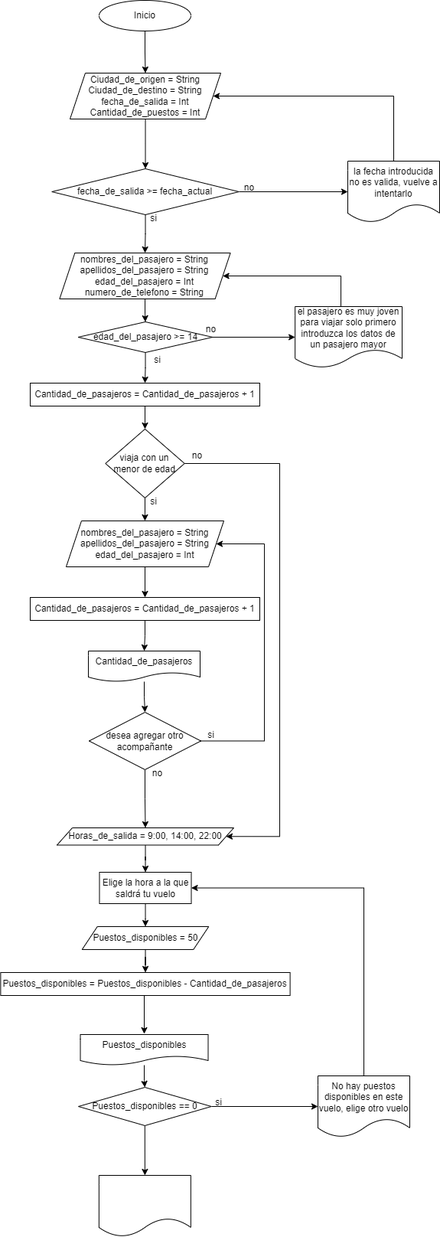
dasamepu/Flujo-de-funciones-para-encapsular-algoritmos keeps this draw.io diagram as Venta de tiquetes.png. Above is the earlier version. Source tidied: cells renumbered, new cells last; positions are measured from the earlier drawing's top-left corner, leaving out a move shared by most shapes. The source it was exported from:
```xml
<mxGraphModel>
  <root>
    <mxCell id="0" />
    <mxCell id="1" parent="0" />
    <mxCell id="2" style="edgeStyle=orthogonalEdgeStyle;rounded=0;jettySize=auto;html=1;" parent="1" edge="1" source="3" target="5">
      <mxGeometry relative="1" as="geometry" />
    </mxCell>
    <mxCell id="3" value="Inicio" style="ellipse;whiteSpace=wrap;html=1;" parent="1" vertex="1">
      <mxGeometry x="129" width="120" height="40" as="geometry" />
    </mxCell>
    <mxCell id="4" style="edgeStyle=orthogonalEdgeStyle;rounded=0;jettySize=auto;html=1;" parent="1" edge="1" source="5" target="8">
      <mxGeometry relative="1" as="geometry" />
    </mxCell>
    <mxCell id="5" value="Ciudad_de_origen = String&lt;br&gt;Ciudad_de_destino = String&lt;br&gt;fecha_de_salida = Int&lt;br&gt;Cantidad_de_puestos = Int" style="shape=parallelogram;perimeter=parallelogramPerimeter;whiteSpace=wrap;html=1;fixedSize=1;" parent="1" vertex="1">
      <mxGeometry x="91" y="95" width="197" height="60" as="geometry" />
    </mxCell>
    <mxCell id="6" style="edgeStyle=orthogonalEdgeStyle;rounded=0;jettySize=auto;html=1;" parent="1" edge="1" source="8" target="10">
      <mxGeometry relative="1" as="geometry" />
    </mxCell>
    <mxCell id="7" style="edgeStyle=orthogonalEdgeStyle;rounded=0;jettySize=auto;html=1;" parent="1" edge="1" source="8" target="14">
      <mxGeometry relative="1" as="geometry" />
    </mxCell>
    <mxCell id="8" value="fecha_de_salida &amp;gt;= fecha_actual" style="rhombus;whiteSpace=wrap;html=1;" parent="1" vertex="1">
      <mxGeometry x="67.2" y="220" width="244.5" height="60" as="geometry" />
    </mxCell>
    <mxCell id="9" style="edgeStyle=orthogonalEdgeStyle;rounded=0;jettySize=auto;html=1;entryX=1;entryY=0.5;entryDx=0;entryDy=0;" parent="1" edge="1" source="10" target="5">
      <mxGeometry relative="1" as="geometry">
        <Array as="points">
          <mxPoint x="514" y="125" />
        </Array>
      </mxGeometry>
    </mxCell>
    <mxCell id="10" value="la fecha introducida no es valida, vuelve a intentarlo" style="shape=document;whiteSpace=wrap;html=1;boundedLbl=1;" parent="1" vertex="1">
      <mxGeometry x="454" y="210" width="120" height="80" as="geometry" />
    </mxCell>
    <mxCell id="11" value="no" style="text;html=1;align=center;verticalAlign=middle;strokeColor=none;fillColor=none;" parent="1" vertex="1">
      <mxGeometry x="305" y="230" width="40" height="30" as="geometry" />
    </mxCell>
    <mxCell id="12" value="si" style="text;html=1;align=center;verticalAlign=middle;strokeColor=none;fillColor=none;" parent="1" vertex="1">
      <mxGeometry x="185" y="270" width="30" height="30" as="geometry" />
    </mxCell>
    <mxCell id="13" style="edgeStyle=orthogonalEdgeStyle;rounded=0;jettySize=auto;html=1;" parent="1" edge="1" source="14" target="17">
      <mxGeometry relative="1" as="geometry" />
    </mxCell>
    <mxCell id="14" value="nombres_del_pasajero = String&lt;br&gt;apellidos_del_pasajero = String&lt;br&gt;edad_del_pasajero = Int&lt;br&gt;numero_de_telefono = String" style="shape=parallelogram;perimeter=parallelogramPerimeter;whiteSpace=wrap;html=1;fixedSize=1;" parent="1" vertex="1">
      <mxGeometry x="77.4" y="330" width="223.2" height="60" as="geometry" />
    </mxCell>
    <mxCell id="15" style="edgeStyle=orthogonalEdgeStyle;rounded=0;jettySize=auto;html=1;" parent="1" edge="1" source="17" target="19">
      <mxGeometry relative="1" as="geometry" />
    </mxCell>
    <mxCell id="16" style="edgeStyle=orthogonalEdgeStyle;rounded=0;jettySize=auto;html=1;entryX=0.5;entryY=0;entryDx=0;entryDy=0;" parent="1" edge="1" source="17" target="32">
      <mxGeometry relative="1" as="geometry" />
    </mxCell>
    <mxCell id="17" value="edad_del_pasajero &amp;gt;= 14" style="rhombus;whiteSpace=wrap;html=1;" parent="1" vertex="1">
      <mxGeometry x="101.7" y="420" width="175.6" height="40" as="geometry" />
    </mxCell>
    <mxCell id="18" style="edgeStyle=orthogonalEdgeStyle;rounded=0;jettySize=auto;html=1;entryX=1;entryY=0.5;entryDx=0;entryDy=0;" parent="1" edge="1" source="19" target="14">
      <mxGeometry relative="1" as="geometry">
        <Array as="points">
          <mxPoint x="445" y="360" />
        </Array>
      </mxGeometry>
    </mxCell>
    <mxCell id="19" value="el pasajero es muy joven para viajar solo primero introduzca los datos de un pasajero mayor" style="shape=document;whiteSpace=wrap;html=1;boundedLbl=1;" parent="1" vertex="1">
      <mxGeometry x="385.1" y="400" width="139.9" height="80" as="geometry" />
    </mxCell>
    <mxCell id="20" value="no" style="text;html=1;align=center;verticalAlign=middle;strokeColor=none;fillColor=none;" parent="1" vertex="1">
      <mxGeometry x="255" y="415" width="40" height="30" as="geometry" />
    </mxCell>
    <mxCell id="21" style="edgeStyle=orthogonalEdgeStyle;rounded=0;jettySize=auto;html=1;" parent="1" edge="1" source="23" target="26">
      <mxGeometry relative="1" as="geometry" />
    </mxCell>
    <mxCell id="22" style="edgeStyle=orthogonalEdgeStyle;rounded=0;jettySize=auto;html=1;entryX=1;entryY=0.5;entryDx=0;entryDy=0;" parent="1" edge="1" source="23" target="39">
      <mxGeometry relative="1" as="geometry">
        <Array as="points">
          <mxPoint x="365" y="605" />
          <mxPoint x="365" y="1093" />
        </Array>
      </mxGeometry>
    </mxCell>
    <mxCell id="23" value="viaja con un menor de edad" style="rhombus;whiteSpace=wrap;html=1;" parent="1" vertex="1">
      <mxGeometry x="137.3" y="560" width="103.3" height="90" as="geometry" />
    </mxCell>
    <mxCell id="24" value="si" style="text;html=1;align=center;verticalAlign=middle;strokeColor=none;fillColor=none;" parent="1" vertex="1">
      <mxGeometry x="190" y="455" width="30" height="30" as="geometry" />
    </mxCell>
    <mxCell id="25" style="edgeStyle=orthogonalEdgeStyle;rounded=0;jettySize=auto;html=1;entryX=0.5;entryY=0;entryDx=0;entryDy=0;" parent="1" edge="1" source="26" target="30">
      <mxGeometry relative="1" as="geometry" />
    </mxCell>
    <mxCell id="26" value="nombres_del_pasajero = String&lt;br&gt;apellidos_del_pasajero = String&lt;br&gt;edad_del_pasajero = Int" style="shape=parallelogram;perimeter=parallelogramPerimeter;whiteSpace=wrap;html=1;fixedSize=1;" parent="1" vertex="1">
      <mxGeometry x="86" y="680" width="206" height="60" as="geometry" />
    </mxCell>
    <mxCell id="27" style="edgeStyle=orthogonalEdgeStyle;rounded=0;jettySize=auto;html=1;entryX=0.5;entryY=0;entryDx=0;entryDy=0;" parent="1" edge="1" source="28" target="36">
      <mxGeometry relative="1" as="geometry" />
    </mxCell>
    <mxCell id="28" value="Cantidad_de_pasajeros" style="shape=document;whiteSpace=wrap;html=1;boundedLbl=1;" parent="1" vertex="1">
      <mxGeometry x="115" y="850" width="146" height="40" as="geometry" />
    </mxCell>
    <mxCell id="29" style="edgeStyle=orthogonalEdgeStyle;rounded=0;jettySize=auto;html=1;entryX=0.5;entryY=0;entryDx=0;entryDy=0;" parent="1" edge="1" source="30" target="28">
      <mxGeometry relative="1" as="geometry" />
    </mxCell>
    <mxCell id="30" value="Cantidad_de_pasajeros = Cantidad_de_pasajeros + 1" style="whiteSpace=wrap;html=1;" parent="1" vertex="1">
      <mxGeometry x="39" y="780" width="300" height="30" as="geometry" />
    </mxCell>
    <mxCell id="31" style="edgeStyle=orthogonalEdgeStyle;rounded=0;jettySize=auto;html=1;exitX=0.5;exitY=1;exitDx=0;exitDy=0;entryX=0.5;entryY=0;entryDx=0;entryDy=0;" parent="1" edge="1" source="32" target="23">
      <mxGeometry relative="1" as="geometry" />
    </mxCell>
    <mxCell id="32" value="Cantidad_de_pasajeros = Cantidad_de_pasajeros + 1" style="whiteSpace=wrap;html=1;" parent="1" vertex="1">
      <mxGeometry x="39" y="500" width="300" height="30" as="geometry" />
    </mxCell>
    <mxCell id="33" value="si" style="text;html=1;align=center;verticalAlign=middle;strokeColor=none;fillColor=none;" parent="1" vertex="1">
      <mxGeometry x="185" y="640" width="30" height="30" as="geometry" />
    </mxCell>
    <mxCell id="34" style="edgeStyle=orthogonalEdgeStyle;rounded=0;jettySize=auto;html=1;entryX=1;entryY=0.5;entryDx=0;entryDy=0;" parent="1" edge="1" source="36" target="26">
      <mxGeometry relative="1" as="geometry">
        <Array as="points">
          <mxPoint x="345" y="967" />
          <mxPoint x="345" y="710" />
        </Array>
      </mxGeometry>
    </mxCell>
    <mxCell id="35" style="edgeStyle=orthogonalEdgeStyle;rounded=0;jettySize=auto;html=1;" parent="1" edge="1" source="36" target="39">
      <mxGeometry relative="1" as="geometry" />
    </mxCell>
    <mxCell id="36" value="desea agregar otro acompañante" style="rhombus;whiteSpace=wrap;html=1;" parent="1" vertex="1">
      <mxGeometry x="116" y="930" width="146" height="75" as="geometry" />
    </mxCell>
    <mxCell id="37" value="si" style="text;html=1;align=center;verticalAlign=middle;strokeColor=none;fillColor=none;" parent="1" vertex="1">
      <mxGeometry x="260" y="945" width="30" height="30" as="geometry" />
    </mxCell>
    <mxCell id="38" style="edgeStyle=orthogonalEdgeStyle;rounded=0;jettySize=auto;html=1;" parent="1" edge="1" source="39" target="43">
      <mxGeometry relative="1" as="geometry" />
    </mxCell>
    <mxCell id="39" value="Horas_de_salida = 9:00, 14:00, 22:00&lt;br&gt;" style="shape=parallelogram;perimeter=parallelogramPerimeter;whiteSpace=wrap;html=1;fixedSize=1;" parent="1" vertex="1">
      <mxGeometry x="74" y="1081" width="231" height="22.5" as="geometry" />
    </mxCell>
    <mxCell id="40" value="no" style="text;html=1;align=center;verticalAlign=middle;strokeColor=none;fillColor=none;" parent="1" vertex="1">
      <mxGeometry x="185" y="995" width="40" height="30" as="geometry" />
    </mxCell>
    <mxCell id="41" value="no" style="text;html=1;align=center;verticalAlign=middle;strokeColor=none;fillColor=none;" parent="1" vertex="1">
      <mxGeometry x="237.3" y="580" width="40" height="30" as="geometry" />
    </mxCell>
    <mxCell id="42" style="edgeStyle=orthogonalEdgeStyle;rounded=0;jettySize=auto;html=1;" parent="1" edge="1" source="43" target="45">
      <mxGeometry relative="1" as="geometry" />
    </mxCell>
    <mxCell id="43" value="Elige la hora a la que saldrá tu vuelo" style="whiteSpace=wrap;html=1;" parent="1" vertex="1">
      <mxGeometry x="129.5" y="1139" width="120" height="41" as="geometry" />
    </mxCell>
    <mxCell id="44" style="edgeStyle=orthogonalEdgeStyle;rounded=0;jettySize=auto;html=1;" parent="1" edge="1" source="45" target="47">
      <mxGeometry relative="1" as="geometry" />
    </mxCell>
    <mxCell id="45" value="Puestos_disponibles = 50" style="shape=parallelogram;perimeter=parallelogramPerimeter;whiteSpace=wrap;html=1;fixedSize=1;" parent="1" vertex="1">
      <mxGeometry x="106.8" y="1210" width="165.5" height="30" as="geometry" />
    </mxCell>
    <mxCell id="46" style="edgeStyle=orthogonalEdgeStyle;rounded=0;jettySize=auto;html=1;entryX=0.5;entryY=0;entryDx=0;entryDy=0;" parent="1" edge="1" target="49">
      <mxGeometry relative="1" as="geometry">
        <mxPoint x="189.5" y="1300" as="sourcePoint" />
        <Array as="points">
          <mxPoint x="188" y="1300" />
          <mxPoint x="188" y="1350" />
          <mxPoint x="189" y="1350" />
        </Array>
      </mxGeometry>
    </mxCell>
    <mxCell id="47" value="Puestos_disponibles = Puestos_disponibles - Cantidad_de_pasajeros" style="whiteSpace=wrap;html=1;" parent="1" vertex="1">
      <mxGeometry x="0.4" y="1270" width="378.2" height="30" as="geometry" />
    </mxCell>
    <mxCell id="48" style="edgeStyle=orthogonalEdgeStyle;rounded=0;jettySize=auto;html=1;" parent="1" edge="1" source="49" target="52">
      <mxGeometry relative="1" as="geometry" />
    </mxCell>
    <mxCell id="49" value="Puestos_disponibles" style="shape=document;whiteSpace=wrap;html=1;boundedLbl=1;" parent="1" vertex="1">
      <mxGeometry x="104.5" y="1351" width="167" height="40" as="geometry" />
    </mxCell>
    <mxCell id="50" style="edgeStyle=orthogonalEdgeStyle;rounded=0;jettySize=auto;html=1;" parent="1" edge="1" source="52" target="54">
      <mxGeometry relative="1" as="geometry" />
    </mxCell>
    <mxCell id="51" style="edgeStyle=orthogonalEdgeStyle;rounded=0;jettySize=auto;html=1;" parent="1" edge="1" source="52" target="56">
      <mxGeometry relative="1" as="geometry" />
    </mxCell>
    <mxCell id="52" value="Puestos_disponibles == 0" style="rhombus;whiteSpace=wrap;html=1;" parent="1" vertex="1">
      <mxGeometry x="102" y="1420" width="173.7" height="50" as="geometry" />
    </mxCell>
    <mxCell id="53" style="edgeStyle=orthogonalEdgeStyle;rounded=0;jettySize=auto;html=1;entryX=1;entryY=0.5;entryDx=0;entryDy=0;" parent="1" edge="1" source="54" target="43">
      <mxGeometry relative="1" as="geometry">
        <Array as="points">
          <mxPoint x="475" y="1159" />
        </Array>
      </mxGeometry>
    </mxCell>
    <mxCell id="54" value="No hay puestos disponibles en este vuelo, elige otro vuelo" style="shape=document;whiteSpace=wrap;html=1;boundedLbl=1;" parent="1" vertex="1">
      <mxGeometry x="415" y="1405" width="120" height="80" as="geometry" />
    </mxCell>
    <mxCell id="55" value="si" style="text;html=1;align=center;verticalAlign=middle;strokeColor=none;fillColor=none;" parent="1" vertex="1">
      <mxGeometry x="270" y="1425" width="30" height="30" as="geometry" />
    </mxCell>
    <mxCell id="56" style="shape=document;whiteSpace=wrap;html=1;boundedLbl=1;" parent="1" vertex="1">
      <mxGeometry x="128.9" y="1535" width="120" height="80" as="geometry" />
    </mxCell>
  </root>
</mxGraphModel>
```
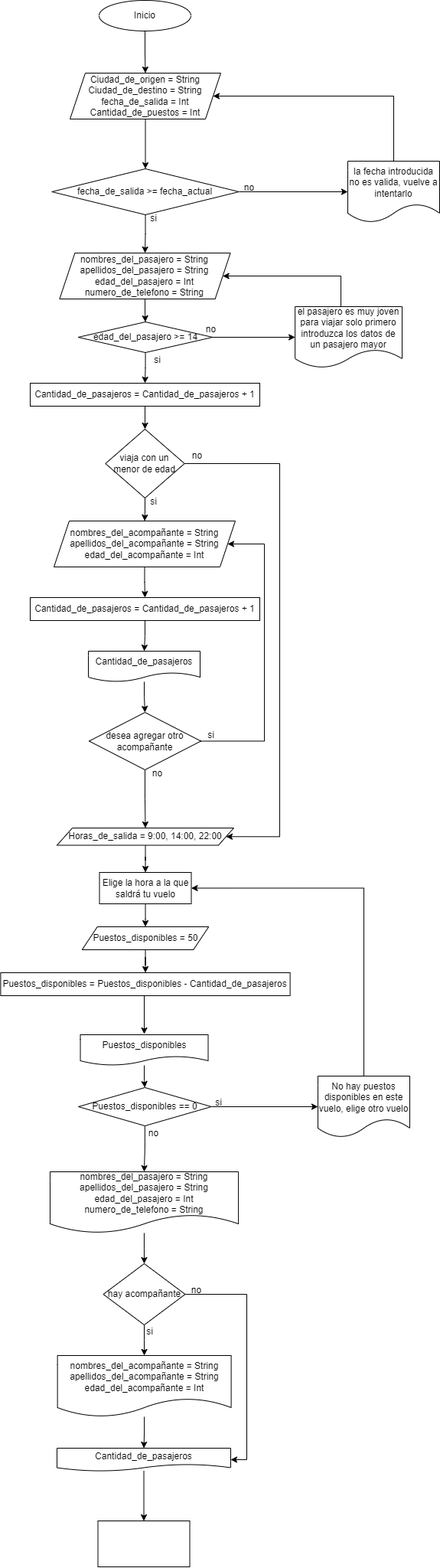
The same file after the commit.

Diff of the diagram source:
```diff
@@ -87,8 +87,8 @@
     <mxCell id="25" style="edgeStyle=orthogonalEdgeStyle;rounded=0;jettySize=auto;html=1;entryX=0.5;entryY=0;entryDx=0;entryDy=0;" parent="1" edge="1" source="26" target="30">
       <mxGeometry relative="1" as="geometry" />
     </mxCell>
-    <mxCell id="26" value="nombres_del_pasajero = String&lt;br&gt;apellidos_del_pasajero = String&lt;br&gt;edad_del_pasajero = Int" style="shape=parallelogram;perimeter=parallelogramPerimeter;whiteSpace=wrap;html=1;fixedSize=1;" parent="1" vertex="1">
-      <mxGeometry x="86" y="680" width="206" height="60" as="geometry" />
+    <mxCell id="26" value="nombres_del_acompañante = String&lt;br&gt;apellidos_del_acompañante&amp;nbsp;= String&lt;br&gt;edad_del_acompañante&amp;nbsp;= Int" style="shape=parallelogram;perimeter=parallelogramPerimeter;whiteSpace=wrap;html=1;fixedSize=1;" parent="1" vertex="1">
+      <mxGeometry x="70" y="680" width="237" height="60" as="geometry" />
     </mxCell>
     <mxCell id="27" style="edgeStyle=orthogonalEdgeStyle;rounded=0;jettySize=auto;html=1;entryX=0.5;entryY=0;entryDx=0;entryDy=0;" parent="1" edge="1" source="28" target="36">
       <mxGeometry relative="1" as="geometry" />
@@ -193,8 +193,49 @@
     <mxCell id="55" value="si" style="text;html=1;align=center;verticalAlign=middle;strokeColor=none;fillColor=none;" parent="1" vertex="1">
       <mxGeometry x="270" y="1425" width="30" height="30" as="geometry" />
     </mxCell>
+    <mxCell id="57" style="edgeStyle=orthogonalEdgeStyle;rounded=0;jettySize=auto;html=1;" parent="1" edge="1" source="56" target="61">
+      <mxGeometry relative="1" as="geometry" />
+    </mxCell>
-    <mxCell id="56" style="shape=document;whiteSpace=wrap;html=1;boundedLbl=1;" parent="1" vertex="1">
-      <mxGeometry x="128.9" y="1535" width="120" height="80" as="geometry" />
+    <mxCell id="56" value="nombres_del_pasajero = String&lt;br&gt;apellidos_del_pasajero = String&lt;br&gt;edad_del_pasajero = Int&lt;br&gt;numero_de_telefono = String" style="shape=document;whiteSpace=wrap;html=1;boundedLbl=1;" parent="1" vertex="1">
+      <mxGeometry x="64.9" y="1530" width="246.1" height="80" as="geometry" />
     </mxCell>
+    <mxCell id="58" value="no" style="text;html=1;align=center;verticalAlign=middle;strokeColor=none;fillColor=none;" parent="1" vertex="1">
+      <mxGeometry x="180" y="1465" width="40" height="30" as="geometry" />
+    </mxCell>
+    <mxCell id="59" style="edgeStyle=orthogonalEdgeStyle;rounded=0;jettySize=auto;html=1;" parent="1" edge="1" source="61" target="63">
+      <mxGeometry relative="1" as="geometry" />
+    </mxCell>
+    <mxCell id="60" style="edgeStyle=orthogonalEdgeStyle;rounded=0;jettySize=auto;html=1;entryX=1;entryY=0.5;entryDx=0;entryDy=0;" parent="1" edge="1" source="61" target="67">
+      <mxGeometry relative="1" as="geometry">
+        <Array as="points">
+          <mxPoint x="322" y="1690" />
+          <mxPoint x="322" y="1906" />
+        </Array>
+      </mxGeometry>
+    </mxCell>
+    <mxCell id="61" value="hay acompañante" style="rhombus;whiteSpace=wrap;html=1;" parent="1" vertex="1">
+      <mxGeometry x="134.5" y="1650" width="107" height="80" as="geometry" />
+    </mxCell>
+    <mxCell id="62" style="edgeStyle=orthogonalEdgeStyle;rounded=0;jettySize=auto;html=1;" parent="1" edge="1" source="63" target="67">
+      <mxGeometry relative="1" as="geometry" />
+    </mxCell>
+    <mxCell id="63" value="nombres_del_acompañante = String&lt;br&gt;apellidos_del_acompañante&amp;nbsp;= String&lt;br&gt;edad_del_acompañante&amp;nbsp;= Int" style="shape=document;whiteSpace=wrap;html=1;boundedLbl=1;" parent="1" vertex="1">
+      <mxGeometry x="74.6" y="1770" width="227" height="80" as="geometry" />
+    </mxCell>
+    <mxCell id="64" value="si" style="text;html=1;align=center;verticalAlign=middle;strokeColor=none;fillColor=none;" parent="1" vertex="1">
+      <mxGeometry x="180" y="1724" width="30" height="30" as="geometry" />
+    </mxCell>
+    <mxCell id="65" value="no" style="text;html=1;align=center;verticalAlign=middle;strokeColor=none;fillColor=none;" parent="1" vertex="1">
+      <mxGeometry x="235.7" y="1670" width="40" height="30" as="geometry" />
+    </mxCell>
+    <mxCell id="66" style="edgeStyle=orthogonalEdgeStyle;rounded=0;jettySize=auto;html=1;" parent="1" edge="1" source="67" target="68">
+      <mxGeometry relative="1" as="geometry" />
+    </mxCell>
+    <mxCell id="67" value="Cantidad_de_pasajeros" style="shape=document;whiteSpace=wrap;html=1;boundedLbl=1;" parent="1" vertex="1">
+      <mxGeometry x="74" y="1891" width="227" height="30" as="geometry" />
+    </mxCell>
+    <mxCell id="68" style="whiteSpace=wrap;html=1;" parent="1" vertex="1">
+      <mxGeometry x="127.5" y="1986" width="120" height="60" as="geometry" />
+    </mxCell>
   </root>
 </mxGraphModel>
```
